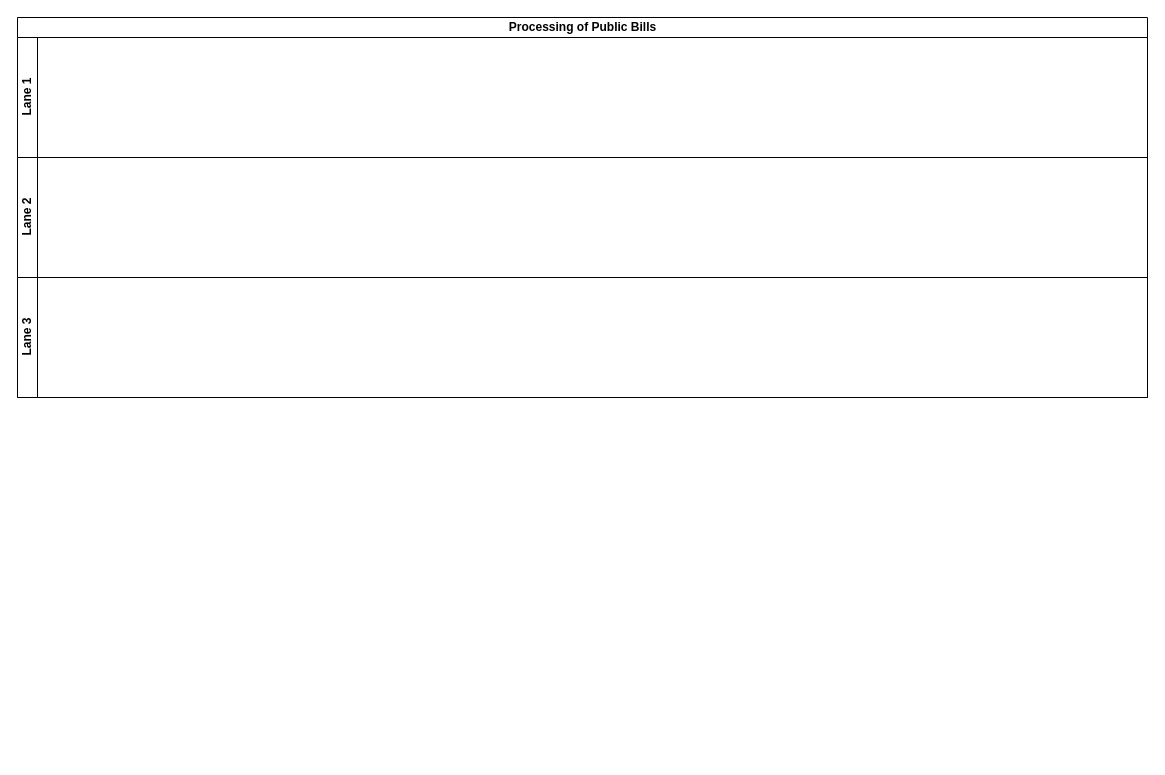
Above: Processing of Public Bills.drawio in kmagua/flowcharts (draw.io), before the change. Source tidied: cells renumbered, new cells numbered last; positions are measured from the earlier drawing's top-left corner, leaving out a move shared by most shapes. Both pictures are drawn from the tidied source at 100%, with x=0, y=0 at pixel (17, 17).
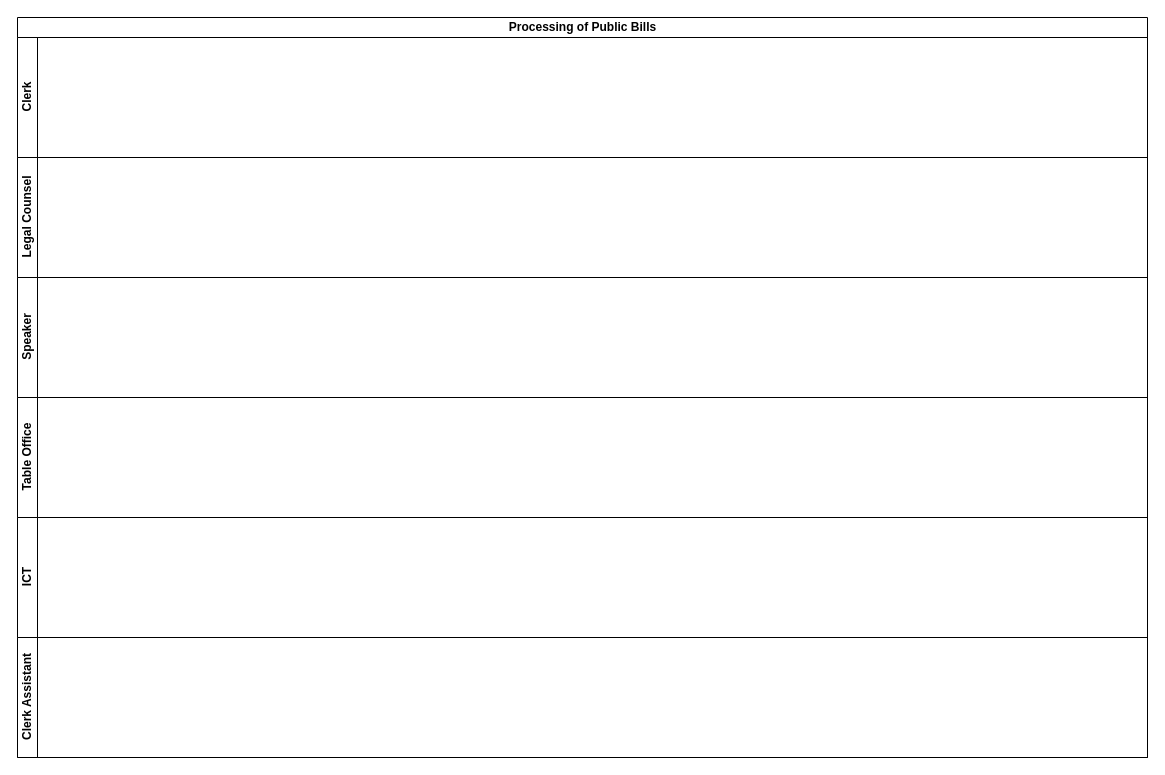
Above is the later version.

Diff of the diagram source:
```diff
@@
 <mxGraphModel>
   <root>
     <mxCell id="0" />
     <mxCell id="1" parent="0" />
     <mxCell id="2" value="Processing of Public Bills" style="swimlane;html=1;horizontal=1;startSize=20;" parent="1" vertex="1">
-      <mxGeometry width="1130" height="380" as="geometry" />
+      <mxGeometry width="1130" height="740" as="geometry" />
     </mxCell>
-    <mxCell id="3" value="Lane 1" style="swimlane;html=1;startSize=20;horizontal=0;" parent="2" vertex="1">
+    <mxCell id="3" value="Clerk" style="swimlane;html=1;startSize=20;horizontal=0;" parent="2" vertex="1">
       <mxGeometry y="20" width="1130" height="120" as="geometry" />
     </mxCell>
-    <mxCell id="4" value="Lane 2" style="swimlane;html=1;startSize=20;horizontal=0;" parent="2" vertex="1">
+    <mxCell id="4" value="Legal Counsel" style="swimlane;html=1;startSize=20;horizontal=0;" parent="2" vertex="1">
       <mxGeometry y="140" width="1130" height="120" as="geometry" />
     </mxCell>
-    <mxCell id="5" value="Lane 3" style="swimlane;html=1;startSize=20;horizontal=0;" parent="2" vertex="1">
+    <mxCell id="5" value="Speaker" style="swimlane;html=1;startSize=20;horizontal=0;" parent="2" vertex="1">
       <mxGeometry y="260" width="1130" height="120" as="geometry" />
     </mxCell>
+    <mxCell id="6" value="Table Office" style="swimlane;html=1;startSize=20;horizontal=0;" parent="2" vertex="1">
+      <mxGeometry y="380" width="1130" height="120" as="geometry" />
+    </mxCell>
+    <mxCell id="7" value="ICT" style="swimlane;html=1;startSize=20;horizontal=0;" parent="2" vertex="1">
+      <mxGeometry y="500" width="1130" height="120" as="geometry" />
+    </mxCell>
+    <mxCell id="8" value="Clerk Assistant" style="swimlane;html=1;startSize=20;horizontal=0;" parent="2" vertex="1">
+      <mxGeometry y="620" width="1130" height="120" as="geometry" />
+    </mxCell>
   </root>
 </mxGraphModel>
```
